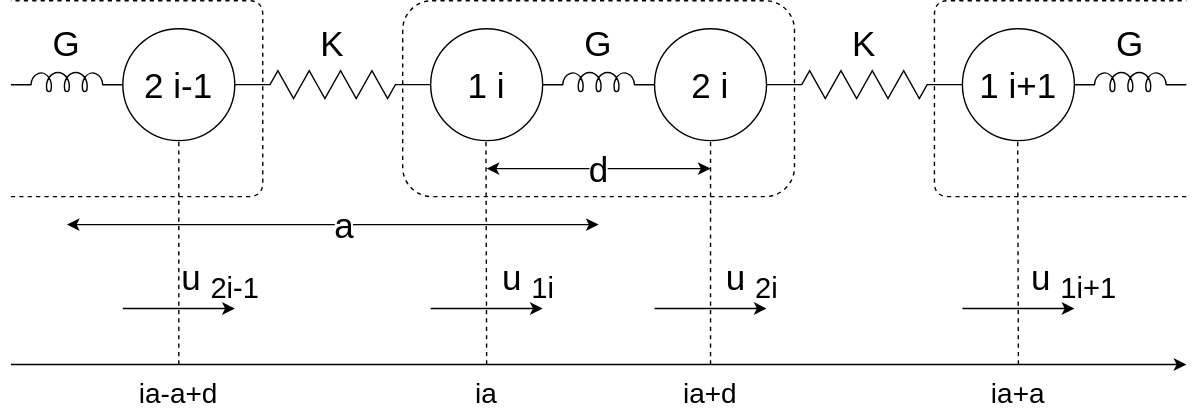
Above: Lab/Physics/CondensedMatter/img/1DHarmonic2.dio.svg in amane-uehara/kanade-k-1228.github.io (draw.io), before the change. Source tidied: cells renumbered, new cells last; positions are measured from the earlier drawing's top-left corner, leaving out a move shared by most shapes.
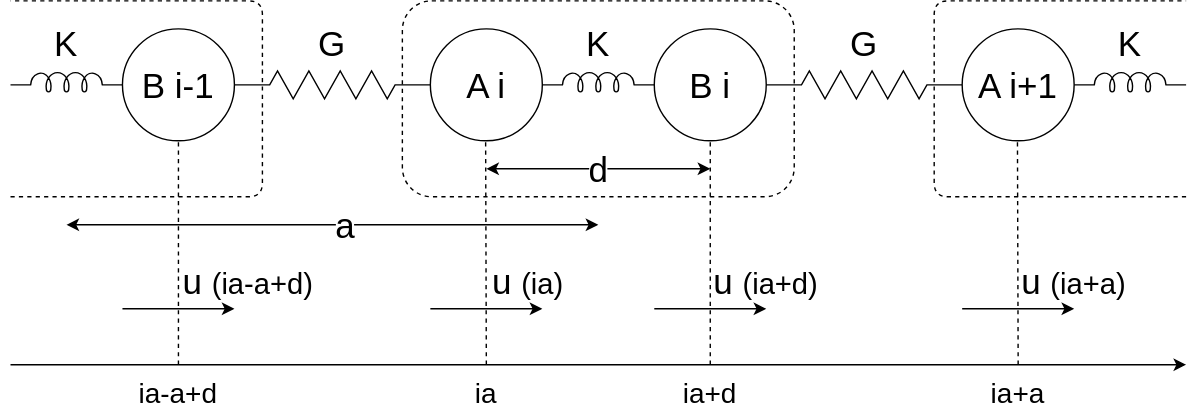
The same diagram one commit later.

The edit, as a diff of the source:
```diff
@@ -6,10 +6,10 @@
       <mxGeometry x="280" width="280" height="140" as="geometry" />
     </mxCell>
     <mxCell id="3" value="K" style="text;html=1;strokeColor=none;fillColor=none;align=center;verticalAlign=middle;whiteSpace=wrap;rounded=0;fontSize=25;" parent="1" vertex="1">
-      <mxGeometry x="210" y="20" width="40" height="20" as="geometry" />
+      <mxGeometry x="400" y="20" width="40" height="20" as="geometry" />
     </mxCell>
     <mxCell id="4" value="K" style="text;html=1;strokeColor=none;fillColor=none;align=center;verticalAlign=middle;whiteSpace=wrap;rounded=0;fontSize=25;" parent="1" vertex="1">
-      <mxGeometry x="590" y="20" width="40" height="20" as="geometry" />
+      <mxGeometry x="780" y="20" width="40" height="20" as="geometry" />
     </mxCell>
     <mxCell id="5" style="endArrow=classic;html=1;fontSize=25;" parent="1" edge="1">
       <mxGeometry relative="1" as="geometry">
@@ -29,7 +29,7 @@
         <mxPoint x="380" y="220" as="targetPoint" />
       </mxGeometry>
     </mxCell>
-    <mxCell id="8" value="u&lt;sub&gt;1i&lt;/sub&gt;" style="text;html=1;strokeColor=none;fillColor=none;align=center;verticalAlign=middle;whiteSpace=wrap;rounded=0;fontSize=25;" parent="1" vertex="1">
+    <mxCell id="8" value="u&lt;span style=&quot;font-size: 20.8333px&quot;&gt;(ia)&lt;/span&gt;" style="text;html=1;strokeColor=none;fillColor=none;align=center;verticalAlign=middle;whiteSpace=wrap;rounded=0;fontSize=25;" parent="1" vertex="1">
       <mxGeometry x="340" y="190" width="60" height="20" as="geometry" />
     </mxCell>
     <mxCell id="9" style="endArrow=classic;startArrow=classic;html=1;fontSize=25;" parent="1" edge="1">
@@ -46,10 +46,10 @@
     <mxCell id="11" style="verticalLabelPosition=bottom;shadow=0;dashed=0;align=center;html=1;verticalAlign=top;shape=mxgraph.electrical.inductors.inductor_5;" parent="1" vertex="1">
       <mxGeometry x="380" y="51" width="80" height="14" as="geometry" />
     </mxCell>
-    <mxCell id="12" value="1 i" style="ellipse;whiteSpace=wrap;html=1;fontSize=25;" parent="1" vertex="1">
+    <mxCell id="12" value="A i" style="ellipse;whiteSpace=wrap;html=1;fontSize=25;" parent="1" vertex="1">
       <mxGeometry x="300" y="20" width="80" height="80" as="geometry" />
     </mxCell>
-    <mxCell id="13" value="2 i" style="ellipse;whiteSpace=wrap;html=1;fontSize=25;" parent="1" vertex="1">
+    <mxCell id="13" value="B i" style="ellipse;whiteSpace=wrap;html=1;fontSize=25;" parent="1" vertex="1">
       <mxGeometry x="460" y="20" width="80" height="80" as="geometry" />
     </mxCell>
     <mxCell id="14" style="verticalLabelPosition=bottom;shadow=0;dashed=0;align=center;html=1;verticalAlign=top;shape=mxgraph.electrical.resistors.resistor_2;" parent="1" vertex="1">
@@ -59,7 +59,7 @@
       <mxGeometry x="540" y="50" width="140" height="20" as="geometry" />
     </mxCell>
     <mxCell id="16" value="G" style="text;html=1;strokeColor=none;fillColor=none;align=center;verticalAlign=middle;whiteSpace=wrap;rounded=0;fontSize=25;" parent="1" vertex="1">
-      <mxGeometry x="400" y="20" width="40" height="20" as="geometry" />
+      <mxGeometry x="210" y="20" width="40" height="20" as="geometry" />
     </mxCell>
     <mxCell id="17" style="endArrow=classic;startArrow=classic;html=1;fontSize=25;" parent="1" edge="1">
       <mxGeometry relative="1" as="geometry">
@@ -81,12 +81,9 @@
     <mxCell id="20" style="verticalLabelPosition=bottom;shadow=0;dashed=0;align=center;html=1;verticalAlign=top;shape=mxgraph.electrical.inductors.inductor_5;" parent="1" vertex="1">
       <mxGeometry y="51" width="80" height="14" as="geometry" />
     </mxCell>
-    <mxCell id="21" value="2 i-1" style="ellipse;whiteSpace=wrap;html=1;fontSize=25;" parent="1" vertex="1">
+    <mxCell id="21" value="B i-1" style="ellipse;whiteSpace=wrap;html=1;fontSize=25;" parent="1" vertex="1">
       <mxGeometry x="80" y="20" width="80" height="80" as="geometry" />
     </mxCell>
-    <mxCell id="22" value="G" style="text;html=1;strokeColor=none;fillColor=none;align=center;verticalAlign=middle;whiteSpace=wrap;rounded=0;fontSize=25;" parent="1" vertex="1">
-      <mxGeometry x="20" y="20" width="40" height="20" as="geometry" />
-    </mxCell>
     <mxCell id="23" style="endArrow=none;dashed=1;html=1;fontSize=25;" parent="1" edge="1">
       <mxGeometry relative="1" as="geometry">
         <mxPoint x="120" y="260" as="sourcePoint" />
@@ -102,11 +99,11 @@
     <mxCell id="25" style="verticalLabelPosition=bottom;shadow=0;dashed=0;align=center;html=1;verticalAlign=top;shape=mxgraph.electrical.inductors.inductor_5;" parent="1" vertex="1">
       <mxGeometry x="760" y="51" width="80" height="14" as="geometry" />
     </mxCell>
-    <mxCell id="26" value="1 i+1" style="ellipse;whiteSpace=wrap;html=1;fontSize=25;" parent="1" vertex="1">
+    <mxCell id="26" value="A i+1" style="ellipse;whiteSpace=wrap;html=1;fontSize=25;" parent="1" vertex="1">
       <mxGeometry x="680" y="20" width="80" height="80" as="geometry" />
     </mxCell>
     <mxCell id="27" value="G" style="text;html=1;strokeColor=none;fillColor=none;align=center;verticalAlign=middle;whiteSpace=wrap;rounded=0;fontSize=25;" parent="1" vertex="1">
-      <mxGeometry x="780" y="20" width="40" height="20" as="geometry" />
+      <mxGeometry x="590" y="20" width="40" height="20" as="geometry" />
     </mxCell>
     <mxCell id="28" style="endArrow=none;dashed=1;html=1;fontSize=25;" parent="1" edge="1">
       <mxGeometry relative="1" as="geometry">
@@ -134,8 +131,8 @@
         <mxPoint x="540" y="220" as="targetPoint" />
       </mxGeometry>
     </mxCell>
-    <mxCell id="31" value="u&lt;sub&gt;2i&lt;/sub&gt;" style="text;html=1;strokeColor=none;fillColor=none;align=center;verticalAlign=middle;whiteSpace=wrap;rounded=0;fontSize=25;" parent="1" vertex="1">
-      <mxGeometry x="500" y="190" width="60" height="20" as="geometry" />
+    <mxCell id="31" value="&lt;font style=&quot;font-size: 25px&quot;&gt;u&lt;/font&gt;&lt;font style=&quot;font-size: 20.8333px&quot;&gt;(ia+d)&lt;/font&gt;" style="text;html=1;strokeColor=none;fillColor=none;align=center;verticalAlign=middle;whiteSpace=wrap;rounded=0;fontSize=25;" parent="1" vertex="1">
+      <mxGeometry x="500" y="190" width="80" height="20" as="geometry" />
     </mxCell>
     <mxCell id="32" style="endArrow=classic;html=1;fontSize=25;" parent="1" edge="1">
       <mxGeometry relative="1" as="geometry">
@@ -143,7 +140,7 @@
         <mxPoint x="760" y="220" as="targetPoint" />
       </mxGeometry>
     </mxCell>
-    <mxCell id="33" value="u&lt;sub&gt;1i+1&lt;/sub&gt;" style="text;html=1;strokeColor=none;fillColor=none;align=center;verticalAlign=middle;whiteSpace=wrap;rounded=0;fontSize=25;" parent="1" vertex="1">
+    <mxCell id="33" value="u&lt;span style=&quot;font-size: 20.8333px&quot;&gt;(ia+a)&lt;/span&gt;" style="text;html=1;strokeColor=none;fillColor=none;align=center;verticalAlign=middle;whiteSpace=wrap;rounded=0;fontSize=25;" parent="1" vertex="1">
       <mxGeometry x="720" y="190" width="80" height="20" as="geometry" />
     </mxCell>
     <mxCell id="34" style="endArrow=classic;html=1;fontSize=25;" parent="1" edge="1">
@@ -152,8 +149,8 @@
         <mxPoint x="160" y="220" as="targetPoint" />
       </mxGeometry>
     </mxCell>
-    <mxCell id="35" value="u&lt;sub&gt;2i-1&lt;/sub&gt;" style="text;html=1;strokeColor=none;fillColor=none;align=center;verticalAlign=middle;whiteSpace=wrap;rounded=0;fontSize=25;" parent="1" vertex="1">
-      <mxGeometry x="120" y="190" width="60" height="20" as="geometry" />
+    <mxCell id="35" value="u&lt;span style=&quot;font-size: 20.8333px&quot;&gt;(ia-a+d)&lt;/span&gt;" style="text;html=1;strokeColor=none;fillColor=none;align=center;verticalAlign=middle;whiteSpace=wrap;rounded=0;fontSize=25;" parent="1" vertex="1">
+      <mxGeometry x="120" y="190" width="100" height="20" as="geometry" />
     </mxCell>
     <mxCell id="36" value="ia" style="text;html=1;strokeColor=none;fillColor=none;align=center;verticalAlign=middle;whiteSpace=wrap;rounded=0;fontSize=20;" parent="1" vertex="1">
       <mxGeometry x="320" y="270" width="40" height="20" as="geometry" />
@@ -167,5 +164,8 @@
     <mxCell id="39" value="ia-a+d" style="text;html=1;strokeColor=none;fillColor=none;align=center;verticalAlign=middle;whiteSpace=wrap;rounded=0;fontSize=20;" parent="1" vertex="1">
       <mxGeometry x="85" y="270" width="70" height="20" as="geometry" />
     </mxCell>
+    <mxCell id="40" value="K" style="text;html=1;strokeColor=none;fillColor=none;align=center;verticalAlign=middle;whiteSpace=wrap;rounded=0;fontSize=25;" parent="1" vertex="1">
+      <mxGeometry x="20" y="20" width="40" height="20" as="geometry" />
+    </mxCell>
   </root>
 </mxGraphModel>
```
